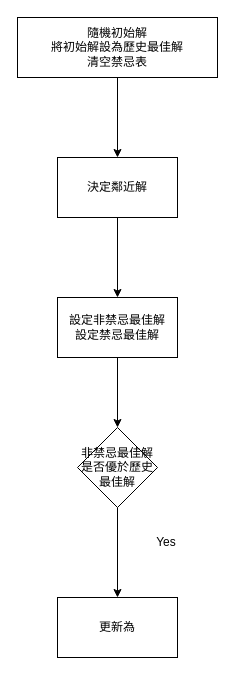
The draw.io diagram Untitled Diagram.drawio in DHs-Huang/HeuristicAlgorithms, before the edit. Source tidied: cells renumbered, new cells numbered last; positions are measured from the earlier drawing's top-left corner, leaving out a move shared by most shapes. Both pictures are drawn from the tidied source at 100%, with x=0, y=0 at pixel (17, 17).
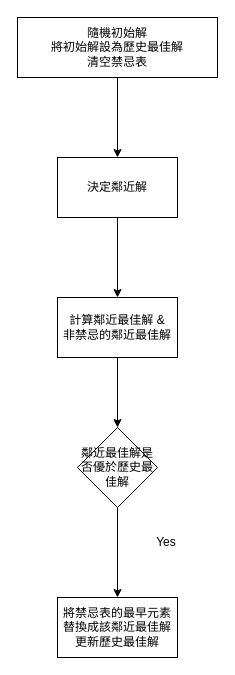
The same diagram, later.

What changed in the source:
```diff
@@
 <mxGraphModel>
   <root>
     <mxCell id="0" />
     <mxCell id="1" parent="0" />
     <mxCell id="2" style="edgeStyle=orthogonalEdgeStyle;rounded=0;jettySize=auto;html=1;" parent="1" edge="1" source="3" target="5">
       <mxGeometry relative="1" as="geometry" />
     </mxCell>
     <mxCell id="3" value="隨機初始解&lt;br&gt;將初始解設為歷史最佳解&lt;br&gt;清空禁忌表" style="rounded=0;whiteSpace=wrap;html=1;" parent="1" vertex="1">
       <mxGeometry width="200" height="60" as="geometry" />
     </mxCell>
     <mxCell id="4" style="edgeStyle=orthogonalEdgeStyle;rounded=0;jettySize=auto;html=1;" parent="1" edge="1" source="5" target="7">
       <mxGeometry relative="1" as="geometry" />
     </mxCell>
     <mxCell id="5" value="決定鄰近解" style="whiteSpace=wrap;html=1;rounded=0;" parent="1" vertex="1">
       <mxGeometry x="40" y="140" width="120" height="60" as="geometry" />
     </mxCell>
     <mxCell id="6" style="edgeStyle=orthogonalEdgeStyle;rounded=0;jettySize=auto;html=1;" parent="1" edge="1" source="7" target="9">
       <mxGeometry relative="1" as="geometry" />
     </mxCell>
-    <mxCell id="7" value="設定非禁忌最佳解&lt;br&gt;設定禁忌最佳解" style="whiteSpace=wrap;html=1;rounded=0;" parent="1" vertex="1">
+    <mxCell id="7" value="計算鄰近最佳解 &amp;amp;&lt;br&gt;非禁忌的鄰近最佳解" style="whiteSpace=wrap;html=1;rounded=0;" parent="1" vertex="1">
       <mxGeometry x="40" y="280" width="120" height="60" as="geometry" />
     </mxCell>
     <mxCell id="8" style="edgeStyle=orthogonalEdgeStyle;rounded=0;jettySize=auto;html=1;" parent="1" edge="1" source="9" target="10">
       <mxGeometry relative="1" as="geometry" />
     </mxCell>
-    <mxCell id="9" value="非禁忌最佳解是否優於歷史最佳解" style="rhombus;whiteSpace=wrap;html=1;rounded=0;" parent="1" vertex="1">
+    <mxCell id="9" value="鄰近最佳解是否優於歷史最佳解" style="rhombus;whiteSpace=wrap;html=1;rounded=0;" parent="1" vertex="1">
       <mxGeometry x="60" y="410" width="80" height="80" as="geometry" />
     </mxCell>
-    <mxCell id="10" value="更新為" style="whiteSpace=wrap;html=1;rounded=0;" parent="1" vertex="1">
+    <mxCell id="10" value="將禁忌表的最早元素替換成該鄰近最佳解&lt;br&gt;更新歷史最佳解" style="whiteSpace=wrap;html=1;rounded=0;" parent="1" vertex="1">
       <mxGeometry x="40" y="580" width="120" height="60" as="geometry" />
     </mxCell>
     <mxCell id="11" value="Yes" style="text;html=1;strokeColor=none;fillColor=none;align=center;verticalAlign=middle;whiteSpace=wrap;rounded=0;" parent="1" vertex="1">
       <mxGeometry x="129" y="515" width="40" height="20" as="geometry" />
     </mxCell>
   </root>
 </mxGraphModel>
```
